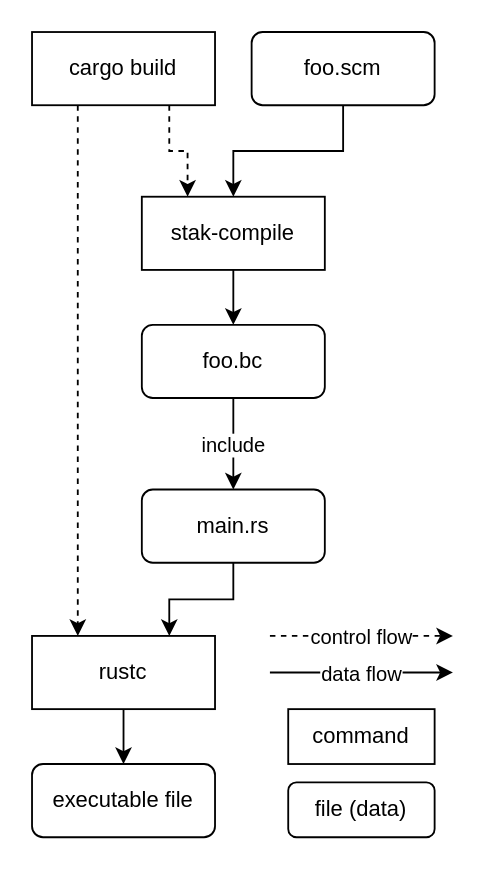
Earlier version of the draw.io diagram papers/stak-scheme/build.drawio (raviqqe/doc). Source tidied: cells renumbered, new cells numbered last; positions are measured from the earlier drawing's top-left corner, leaving out a move shared by most shapes. Both pictures are drawn from the tidied source at 183%, with x=0, y=0 at pixel (31, 31).
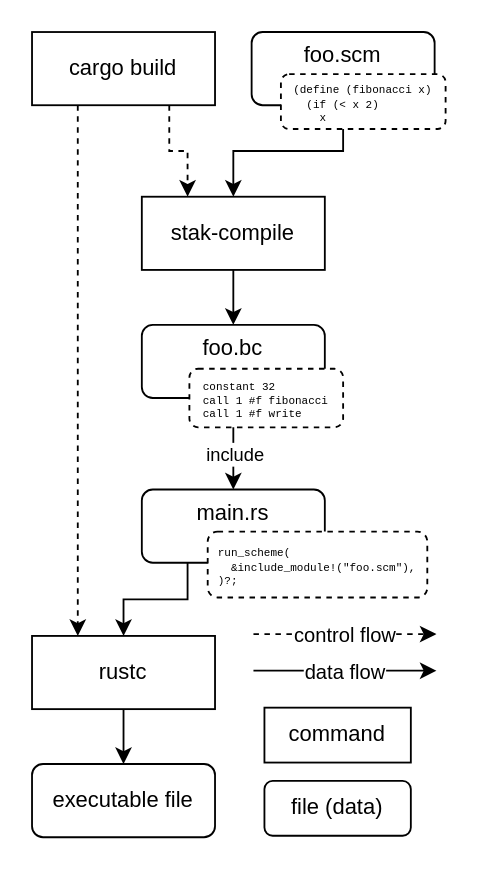
The same page after the edit.

Unchanged cells that the change refers to:
```xml
<mxCell id="12" value="&lt;div&gt;rustc&lt;/div&gt;" style="rounded=0;whiteSpace=wrap;html=1;glass=0;shadow=0;" parent="1" vertex="1">
  <mxGeometry y="330" width="100" height="40" as="geometry" />
</mxCell>
<mxCell id="13" style="edgeStyle=orthogonalEdgeStyle;rounded=0;jettySize=auto;html=1;exitX=0.5;exitY=1;exitDx=0;exitDy=0;entryX=0.5;entryY=0;entryDx=0;entryDy=0;" parent="1" edge="1" source="15" target="10">
  <mxGeometry relative="1" as="geometry" />
</mxCell>
```

Diff of the diagram source:
```diff
@@
-    <mxCell id="8" value="foo.scm" style="rounded=1;whiteSpace=wrap;html=1;glass=0;shadow=0;" parent="1" vertex="1">
+    <mxCell id="8" value="&lt;div&gt;foo.scm&lt;/div&gt;&lt;div&gt;&lt;br&gt;&lt;/div&gt;" style="rounded=1;whiteSpace=wrap;html=1;glass=0;shadow=0;" parent="1" vertex="1">
       <mxGeometry x="120" width="100" height="40" as="geometry" />
     </mxCell>
-    <mxCell id="9" style="edgeStyle=orthogonalEdgeStyle;rounded=0;jettySize=auto;html=1;exitX=0.5;exitY=1;exitDx=0;exitDy=0;entryX=0.75;entryY=0;entryDx=0;entryDy=0;" parent="1" edge="1" source="10" target="12">
+    <mxCell id="9" style="edgeStyle=orthogonalEdgeStyle;rounded=0;jettySize=auto;html=1;exitX=0.25;exitY=1;exitDx=0;exitDy=0;entryX=0.5;entryY=0;entryDx=0;entryDy=0;" parent="1" edge="1" source="10" target="12">
       <mxGeometry relative="1" as="geometry" />
     </mxCell>
-    <mxCell id="10" value="main.rs" style="rounded=1;whiteSpace=wrap;html=1;glass=0;shadow=0;" parent="1" vertex="1">
+    <mxCell id="10" value="&lt;div&gt;main.rs&lt;/div&gt;&lt;div&gt;&lt;br&gt;&lt;/div&gt;" style="rounded=1;whiteSpace=wrap;html=1;glass=0;shadow=0;" parent="1" vertex="1">
       <mxGeometry x="60" y="250" width="100" height="40" as="geometry" />
     </mxCell>
@@
-    <mxCell id="14" value="include" style="edgeLabel;html=1;align=center;verticalAlign=middle;" parent="13" vertex="1">
-      <mxGeometry x="-0.01" y="-1" relative="1" as="geometry" />
+    <mxCell id="14" value="&lt;font style=&quot;font-size: 10px;&quot;&gt;include&lt;/font&gt;" style="edgeLabel;html=1;align=center;verticalAlign=middle;" parent="13" vertex="1">
+      <mxGeometry x="-0.01" y="-1" relative="1" as="geometry">
+        <mxPoint x="1" y="5" as="offset" />
+      </mxGeometry>
     </mxCell>
-    <mxCell id="15" value="&lt;div&gt;foo.bc&lt;/div&gt;" style="rounded=1;whiteSpace=wrap;html=1;glass=0;shadow=0;" parent="1" vertex="1">
+    <mxCell id="15" value="&lt;div&gt;foo.bc&lt;/div&gt;&lt;div&gt;&lt;br&gt;&lt;/div&gt;" style="rounded=1;whiteSpace=wrap;html=1;glass=0;shadow=0;" parent="1" vertex="1">
       <mxGeometry x="60" y="160" width="100" height="40" as="geometry" />
     </mxCell>
@@
+    <mxCell id="23" value="&lt;div style=&quot;line-height: 60%;&quot;&gt;&lt;div&gt;&lt;font face=&quot;Courier New&quot; style=&quot;font-size: 6px; line-height: 60%;&quot;&gt;(define (fibonacci x)&lt;/font&gt;&lt;/div&gt;&lt;div align=&quot;left&quot;&gt;&lt;font face=&quot;Courier New&quot; style=&quot;font-size: 6px; line-height: 60%;&quot;&gt;&amp;nbsp; (if (&amp;lt; x 2)&lt;/font&gt;&lt;/div&gt;&lt;div align=&quot;left&quot;&gt;&lt;font face=&quot;Courier New&quot; style=&quot;font-size: 6px; line-height: 60%;&quot;&gt;&amp;nbsp; &amp;nbsp; x&lt;/font&gt;&lt;/div&gt;&lt;/div&gt;" style="rounded=1;whiteSpace=wrap;html=1;glass=0;shadow=0;dashed=1;" parent="1" vertex="1">
+      <mxGeometry x="136" y="23" width="90" height="30" as="geometry" />
+    </mxCell>
+    <mxCell id="24" value="&lt;div style=&quot;line-height: 60%;&quot;&gt;&lt;div align=&quot;left&quot;&gt;&lt;font face=&quot;Courier New&quot; style=&quot;font-size: 6px; line-height: 60%;&quot;&gt;constant 32&lt;br&gt;call 1 #f fibonacci&lt;br&gt;call 1 #f write&lt;/font&gt;&lt;/div&gt;&lt;/div&gt;" style="rounded=1;whiteSpace=wrap;html=1;glass=0;shadow=0;dashed=1;" parent="1" vertex="1">
+      <mxGeometry x="86" y="184" width="84" height="32" as="geometry" />
+    </mxCell>
+    <mxCell id="25" value="&lt;div style=&quot;line-height: 60%;&quot;&gt;&lt;div align=&quot;left&quot;&gt;&lt;font face=&quot;Courier New&quot; style=&quot;font-size: 6px; line-height: 60%;&quot;&gt;run_scheme(&lt;/font&gt;&lt;/div&gt;&lt;div align=&quot;left&quot;&gt;&lt;font face=&quot;Courier New&quot; style=&quot;font-size: 6px; line-height: 60%;&quot;&gt;&amp;nbsp; &amp;amp;include_module!(&quot;foo.scm&quot;),&lt;/font&gt;&lt;/div&gt;&lt;div align=&quot;left&quot;&gt;&lt;font face=&quot;Courier New&quot; style=&quot;font-size: 6px; line-height: 60%;&quot;&gt;)?;&lt;/font&gt;&lt;/div&gt;&lt;/div&gt;" style="rounded=1;whiteSpace=wrap;html=1;glass=0;shadow=0;dashed=1;" parent="1" vertex="1">
+      <mxGeometry x="96" y="273" width="120" height="36" as="geometry" />
+    </mxCell>
+    <mxCell id="26" style="group;" parent="1" vertex="1">
+      <mxGeometry x="121" y="329" width="100" height="110.2" as="geometry" />
+    </mxCell>
-    <mxCell id="17" style="endArrow=classic;html=1;rounded=0;dashed=1;" parent="1" edge="1">
+    <mxCell id="17" style="endArrow=classic;html=1;rounded=0;dashed=1;" parent="26" edge="1">
       <mxGeometry relative="1" as="geometry">
-        <mxPoint x="130" y="330" as="sourcePoint" />
-        <mxPoint x="230" y="330" as="targetPoint" />
+        <mxPoint as="sourcePoint" />
+        <mxPoint x="100" as="targetPoint" />
       </mxGeometry>
     </mxCell>
@@
-    <mxCell id="19" style="endArrow=classic;html=1;rounded=0;" parent="1" edge="1">
+    <mxCell id="19" style="endArrow=classic;html=1;rounded=0;" parent="26" edge="1">
       <mxGeometry relative="1" as="geometry">
-        <mxPoint x="130" y="350" as="sourcePoint" />
-        <mxPoint x="230" y="350" as="targetPoint" />
+        <mxPoint y="20" as="sourcePoint" />
+        <mxPoint x="100" y="20" as="targetPoint" />
       </mxGeometry>
     </mxCell>
@@
-    <mxCell id="21" value="file (data)" style="rounded=1;whiteSpace=wrap;html=1;" parent="1" vertex="1">
-      <mxGeometry x="140" y="410" width="80" height="30" as="geometry" />
+    <mxCell id="21" value="file (data)" style="rounded=1;whiteSpace=wrap;html=1;" parent="26" vertex="1">
+      <mxGeometry x="6" y="80.2" width="80" height="30" as="geometry" />
     </mxCell>
-    <mxCell id="22" value="command" style="rounded=0;whiteSpace=wrap;html=1;" parent="1" vertex="1">
-      <mxGeometry x="140" y="370" width="80" height="30" as="geometry" />
+    <mxCell id="22" value="command" style="rounded=0;whiteSpace=wrap;html=1;" parent="26" vertex="1">
+      <mxGeometry x="6" y="40.2" width="80" height="30" as="geometry" />
     </mxCell>
```
